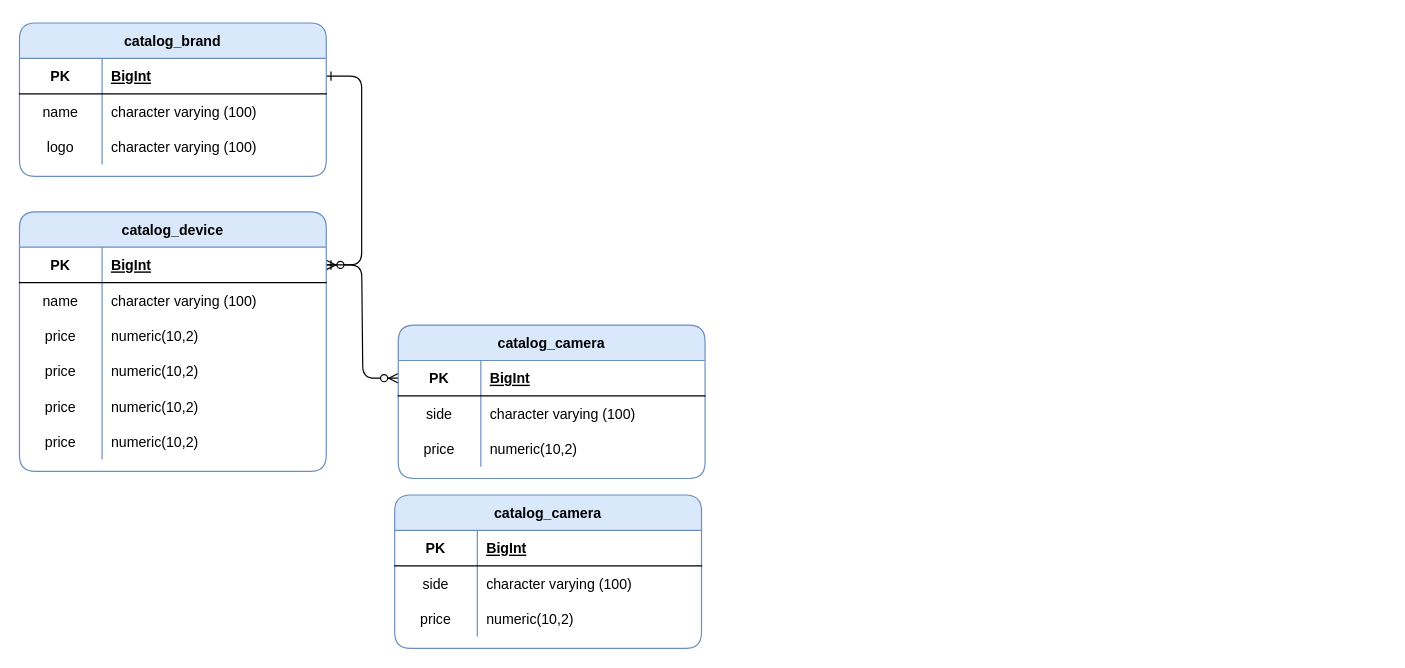
Earlier version of the draw.io diagram Untitled Diagram.drawio (uzmonfire/erds). Source tidied: cells renumbered, new cells numbered last; positions are measured from the earlier drawing's top-left corner, leaving out a move shared by most shapes. Both pictures are drawn from the tidied source at 118%, with x=0, y=0 at pixel (19, 22).
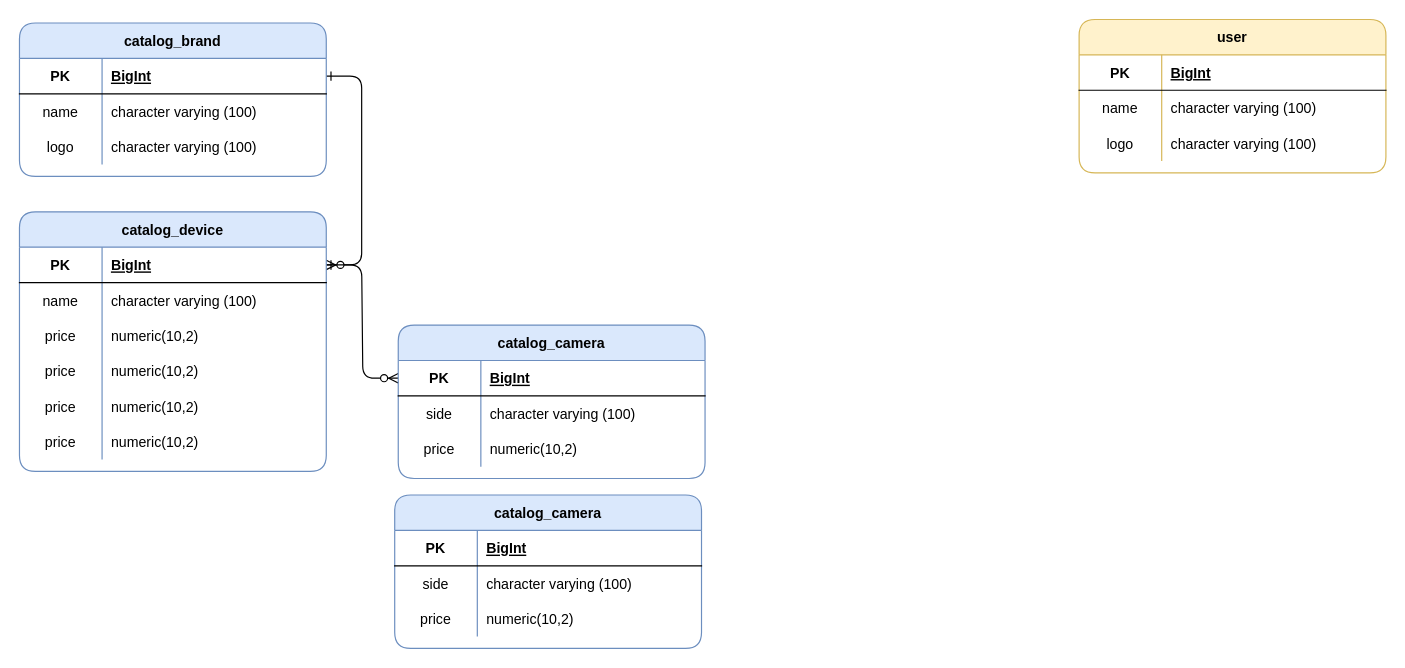
Above is the later version.

Diff of the diagram source:
```diff
@@
+    <mxCell id="53" value="user" style="shape=table;startSize=30;childLayout=tableLayout;rowLines=0;fontStyle=1;align=center;rounded=1;fillColor=#fff2cc;strokeColor=#d6b656;" parent="1" vertex="1">
+      <mxGeometry x="898" y="-3" width="260" height="130" as="geometry" />
+    </mxCell>
+    <mxCell id="54" style="shape=partialRectangle;fillColor=none;top=0;left=0;right=0;bottom=1;" parent="53" vertex="1">
+      <mxGeometry y="30" width="260" height="30" as="geometry" />
+    </mxCell>
+    <mxCell id="55" value="PK" style="shape=partialRectangle;overflow=hidden;fillColor=none;top=0;left=0;bottom=0;right=0;fontStyle=1;" parent="54" vertex="1">
+      <mxGeometry width="70" height="30" as="geometry" />
+    </mxCell>
+    <mxCell id="56" value="BigInt" style="shape=partialRectangle;overflow=hidden;fillColor=none;top=0;left=0;bottom=0;right=0;align=left;spacingLeft=6;fontStyle=5;" parent="54" vertex="1">
+      <mxGeometry x="70" width="190" height="30" as="geometry" />
+    </mxCell>
+    <mxCell id="57" style="shape=partialRectangle;fillColor=none;top=0;left=0;right=0;bottom=0;" parent="53" vertex="1">
+      <mxGeometry y="60" width="260" height="30" as="geometry" />
+    </mxCell>
+    <mxCell id="58" value="name" style="shape=partialRectangle;overflow=hidden;fillColor=none;top=0;left=0;bottom=0;right=0;" parent="57" vertex="1">
+      <mxGeometry width="70" height="30" as="geometry" />
+    </mxCell>
+    <mxCell id="59" value="character varying (100)" style="shape=partialRectangle;overflow=hidden;fillColor=none;top=0;left=0;bottom=0;right=0;align=left;spacingLeft=6;" parent="57" vertex="1">
+      <mxGeometry x="70" width="190" height="30" as="geometry" />
+    </mxCell>
+    <mxCell id="60" style="shape=partialRectangle;fillColor=none;top=0;left=0;right=0;bottom=0;" parent="53" vertex="1">
+      <mxGeometry y="90" width="260" height="30" as="geometry" />
+    </mxCell>
+    <mxCell id="61" value="logo" style="shape=partialRectangle;overflow=hidden;fillColor=none;top=0;left=0;bottom=0;right=0;" parent="60" vertex="1">
+      <mxGeometry width="70" height="30" as="geometry" />
+    </mxCell>
+    <mxCell id="62" value="character varying (100)" style="shape=partialRectangle;overflow=hidden;fillColor=none;top=0;left=0;bottom=0;right=0;align=left;spacingLeft=6;" parent="60" vertex="1">
+      <mxGeometry x="70" width="190" height="30" as="geometry" />
+    </mxCell>
```
